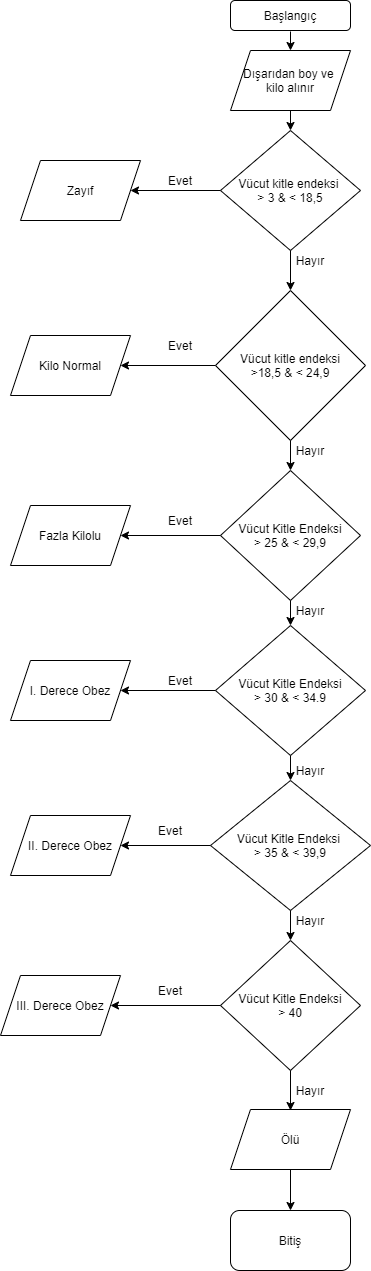
The draw.io diagram BMI.png in BilgeAdamSiemens/BMICalculator, before a commit. Source tidied: cells renumbered, new cells last; positions are measured from the earlier drawing's top-left corner, leaving out a move shared by most shapes.
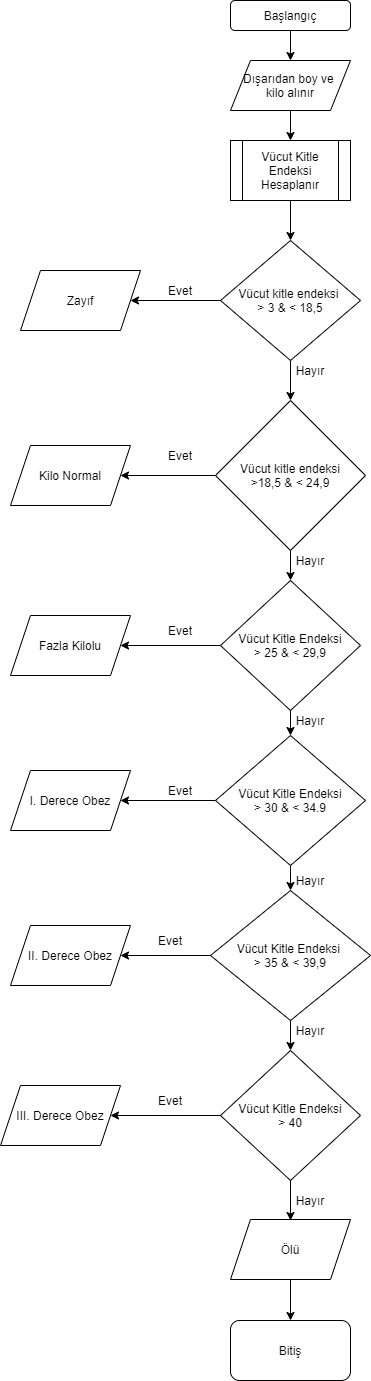
After the commit.

What changed in the source:
```diff
@@ -3,17 +3,15 @@
     <mxCell id="0" />
     <mxCell id="1" parent="0" />
     <mxCell id="2" value="Başlangıç" style="rounded=1;whiteSpace=wrap;html=1;" parent="1" vertex="1">
-      <mxGeometry x="230" width="120" height="30" as="geometry" />
+      <mxGeometry x="230" y="-110" width="120" height="30" as="geometry" />
     </mxCell>
+    <mxCell id="46" style="edgeStyle=orthogonalEdgeStyle;rounded=0;jettySize=auto;html=1;" parent="1" edge="1" source="3" target="47">
+      <mxGeometry relative="1" as="geometry" />
+    </mxCell>
     <mxCell id="3" value="Dışarıdan boy ve &lt;br&gt;kilo alınır" style="shape=parallelogram;perimeter=parallelogramPerimeter;whiteSpace=wrap;html=1;fixedSize=1;" parent="1" vertex="1">
-      <mxGeometry x="230" y="50" width="120" height="60" as="geometry" />
+      <mxGeometry x="230" y="-50" width="120" height="50" as="geometry" />
     </mxCell>
-    <mxCell id="4" style="endArrow=classic;html=1;entryX=0.5;entryY=0;entryDx=0;entryDy=0;" parent="1" edge="1" target="3">
-      <mxGeometry relative="1" as="geometry">
-        <mxPoint x="290" y="31" as="sourcePoint" />
-      </mxGeometry>
-    </mxCell>
-    <mxCell id="5" style="endArrow=classic;html=1;exitX=0.5;exitY=1;exitDx=0;exitDy=0;" parent="1" edge="1" source="3" target="6">
+    <mxCell id="5" style="endArrow=classic;html=1;exitX=0.5;exitY=1;exitDx=0;exitDy=0;exitPerimeter=0;" parent="1" edge="1" source="47" target="6">
       <mxGeometry relative="1" as="geometry" />
     </mxCell>
     <mxCell id="6" value="Vücut kitle endeksi &lt;br&gt;&amp;gt; 3 &amp;amp; &amp;lt; 18,5" style="rhombus;whiteSpace=wrap;html=1;" parent="1" vertex="1">
@@ -138,5 +136,11 @@
     <mxCell id="45" value="Bitiş" style="rounded=1;whiteSpace=wrap;html=1;" parent="1" vertex="1">
       <mxGeometry x="230" y="1210" width="120" height="60" as="geometry" />
     </mxCell>
+    <mxCell id="47" value="Vücut Kitle Endeksi&lt;br&gt;Hesaplanır" style="shape=process;whiteSpace=wrap;html=1;backgroundOutline=1;" parent="1" vertex="1">
+      <mxGeometry x="230" y="30" width="120" height="60" as="geometry" />
+    </mxCell>
+    <mxCell id="48" style="endArrow=classic;html=1;exitX=0.5;exitY=1;exitDx=0;exitDy=0;" parent="1" edge="1" source="2" target="3">
+      <mxGeometry relative="1" as="geometry" />
+    </mxCell>
   </root>
 </mxGraphModel>
```
